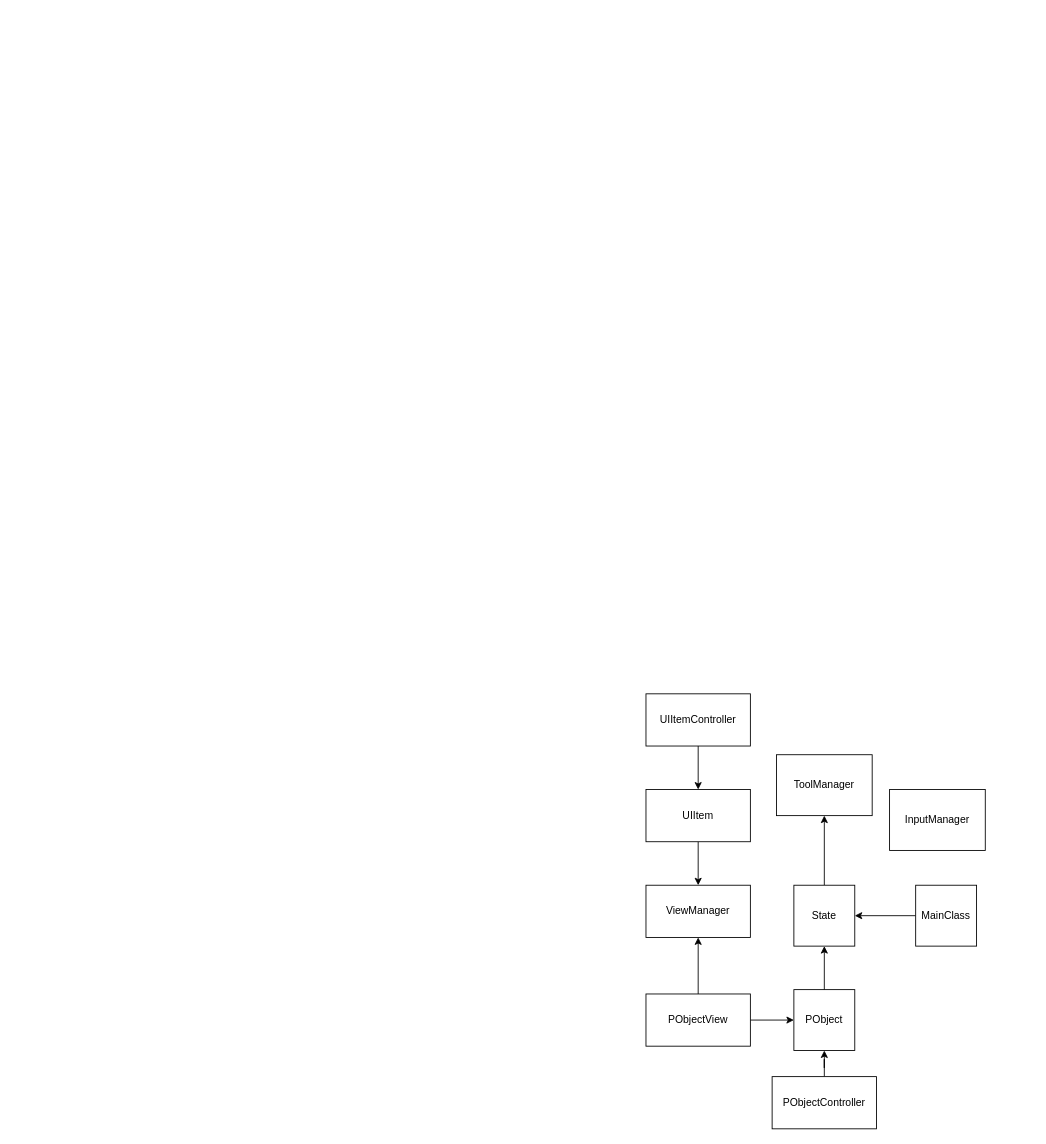
The draw.io diagram Untitled Diagram.drawio in gabrielsalvador/kines-thesia, before the edit. Source tidied: cells renumbered, new cells numbered last; positions are measured from the earlier drawing's top-left corner, leaving out a move shared by most shapes. Both pictures are drawn from the tidied source at 87%, with x=0, y=0 at pixel (646, 693).
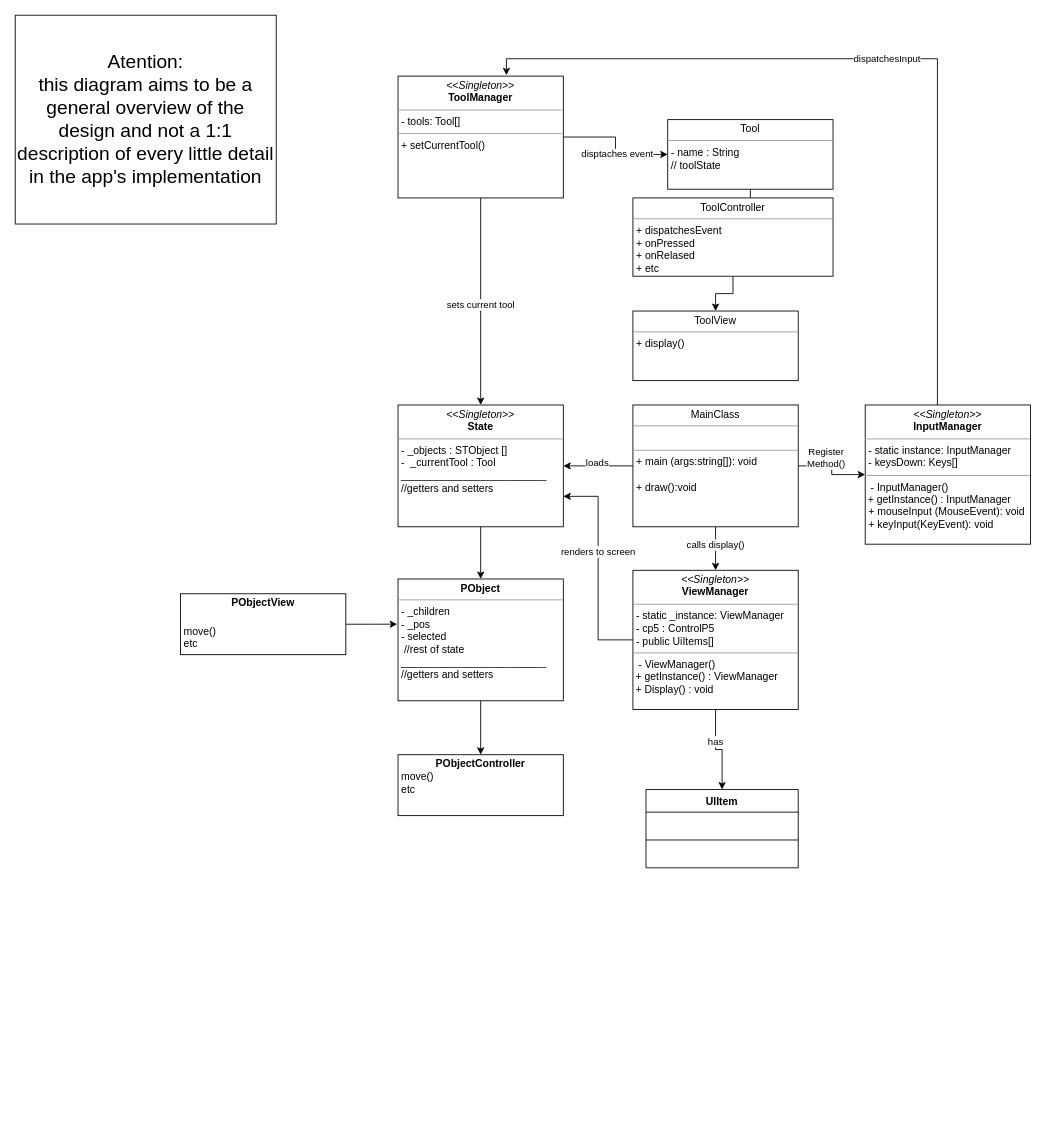
The same page after the edit.

Change to the diagram source:
```diff
@@
-    <mxCell id="2" style="edgeStyle=orthogonalEdgeStyle;rounded=0;jettySize=auto;html=1;" parent="1" edge="1" source="3" target="6">
-      <mxGeometry relative="1" as="geometry" />
-    </mxCell>
-    <mxCell id="3" value="MainClass" style="whiteSpace=wrap;html=1;" parent="1" vertex="1">
-      <mxGeometry x="310" y="220" width="70" height="70" as="geometry" />
-    </mxCell>
-    <mxCell id="4" value="ToolManager&lt;br&gt;" style="rounded=0;whiteSpace=wrap;html=1;" parent="1" vertex="1">
-      <mxGeometry x="150" y="70" width="110" height="70" as="geometry" />
-    </mxCell>
-    <mxCell id="5" style="edgeStyle=orthogonalEdgeStyle;rounded=0;jettySize=auto;html=1;" parent="1" edge="1" source="6" target="4">
-      <mxGeometry relative="1" as="geometry" />
-    </mxCell>
-    <mxCell id="6" value="State&lt;br&gt;" style="whiteSpace=wrap;html=1;" parent="1" vertex="1">
-      <mxGeometry x="170" y="220" width="70" height="70" as="geometry" />
-    </mxCell>
-    <mxCell id="7" value="PObject" style="whiteSpace=wrap;html=1;" parent="1" vertex="1">
-      <mxGeometry x="170" y="340" width="70" height="70" as="geometry" />
-    </mxCell>
-    <mxCell id="8" style="endArrow=classic;html=1;rounded=0;entryX=0.5;entryY=1;entryDx=0;entryDy=0;exitX=0.5;exitY=0;exitDx=0;exitDy=0;" parent="1" edge="1" source="7" target="6">
-      <mxGeometry relative="1" as="geometry" />
-    </mxCell>
-    <mxCell id="9" style="edgeStyle=orthogonalEdgeStyle;rounded=0;jettySize=auto;html=1;" parent="1" edge="1" source="10" target="7">
-      <mxGeometry relative="1" as="geometry" />
-    </mxCell>
-    <mxCell id="10" value="PObjectController" style="rounded=0;whiteSpace=wrap;html=1;" parent="1" vertex="1">
-      <mxGeometry x="145" y="440" width="120" height="60" as="geometry" />
-    </mxCell>
-    <mxCell id="11" style="edgeStyle=orthogonalEdgeStyle;rounded=0;jettySize=auto;html=1;" parent="1" edge="1" source="13" target="7">
-      <mxGeometry relative="1" as="geometry" />
-    </mxCell>
-    <mxCell id="12" style="edgeStyle=orthogonalEdgeStyle;rounded=0;jettySize=auto;html=1;" parent="1" edge="1" source="13" target="14">
-      <mxGeometry relative="1" as="geometry" />
-    </mxCell>
-    <mxCell id="13" value="PObjectView" style="rounded=0;whiteSpace=wrap;html=1;" parent="1" vertex="1">
-      <mxGeometry y="345" width="120" height="60" as="geometry" />
-    </mxCell>
-    <mxCell id="14" value="ViewManager" style="rounded=0;whiteSpace=wrap;html=1;" parent="1" vertex="1">
-      <mxGeometry y="220" width="120" height="60" as="geometry" />
-    </mxCell>
-    <mxCell id="15" style="edgeStyle=orthogonalEdgeStyle;rounded=0;jettySize=auto;html=1;entryX=0.5;entryY=0;entryDx=0;entryDy=0;" parent="1" edge="1" source="16" target="14">
-      <mxGeometry relative="1" as="geometry" />
-    </mxCell>
+    <mxCell id="20" value="dispatchesInput" style="edgeStyle=orthogonalEdgeStyle;rounded=0;jettySize=auto;html=1;entryX=0.656;entryY=-0.007;entryDx=0;entryDy=0;entryPerimeter=0;" parent="1" edge="1" source="21" target="40">
+      <mxGeometry relative="1" as="geometry">
+        <Array as="points">
+          <mxPoint x="335" y="-730" />
+          <mxPoint x="-160" y="-730" />
+        </Array>
+      </mxGeometry>
+    </mxCell>
+    <mxCell id="21" value="&lt;p style=&quot;margin:0px;margin-top:4px;text-align:center;&quot;&gt;&lt;i&gt;&amp;lt;&amp;lt;Singleton&amp;gt;&amp;gt;&lt;/i&gt;&lt;br&gt;&lt;b&gt;InputManager&lt;/b&gt;&lt;/p&gt;&lt;hr size=&quot;1&quot;&gt;&lt;p style=&quot;margin:0px;margin-left:4px;&quot;&gt;- static instance: InputManager&lt;br&gt;- keysDown: Keys[]&lt;/p&gt;&lt;hr size=&quot;1&quot;&gt;&amp;nbsp; - InputManager()&lt;br&gt;&amp;nbsp;+ getInstance() : InputManager&lt;br&gt;&lt;p style=&quot;margin:0px;margin-left:4px;&quot;&gt;+ mouseInput (MouseEvent): void&lt;br&gt;+ keyInput(KeyEvent): void&lt;/p&gt;" style="verticalAlign=top;align=left;overflow=fill;fontSize=12;fontFamily=Helvetica;html=1;whiteSpace=wrap;" parent="1" vertex="1">
+      <mxGeometry x="252" y="-332" width="190" height="160" as="geometry" />
+    </mxCell>
+    <mxCell id="22" style="edgeStyle=orthogonalEdgeStyle;rounded=0;jettySize=auto;html=1;" parent="1" edge="1" source="28" target="21">
+      <mxGeometry relative="1" as="geometry" />
+    </mxCell>
+    <mxCell id="23" value="Register&lt;br&gt;Method()" style="edgeLabel;html=1;align=center;verticalAlign=middle;" parent="22" vertex="1">
+      <mxGeometry x="0.28" y="2" relative="1" as="geometry">
+        <mxPoint x="-15" y="-18" as="offset" />
+      </mxGeometry>
+    </mxCell>
+    <mxCell id="24" style="edgeStyle=orthogonalEdgeStyle;rounded=0;jettySize=auto;html=1;" parent="1" edge="1" source="28" target="33">
+      <mxGeometry relative="1" as="geometry" />
+    </mxCell>
+    <mxCell id="25" value="calls display()" style="edgeLabel;html=1;align=center;verticalAlign=middle;" parent="24" vertex="1">
+      <mxGeometry x="-0.2" y="-1" relative="1" as="geometry" />
+    </mxCell>
+    <mxCell id="26" style="edgeStyle=orthogonalEdgeStyle;rounded=0;jettySize=auto;html=1;entryX=1;entryY=0.5;entryDx=0;entryDy=0;" parent="1" edge="1" source="28" target="36">
+      <mxGeometry relative="1" as="geometry" />
+    </mxCell>
+    <mxCell id="27" value="loads" style="edgeLabel;html=1;align=center;verticalAlign=middle;" parent="26" vertex="1">
+      <mxGeometry x="0.06" y="-4" relative="1" as="geometry" />
+    </mxCell>
+    <mxCell id="28" value="&lt;p style=&quot;margin:0px;margin-top:4px;text-align:center;&quot;&gt;MainClass&lt;/p&gt;&lt;hr size=&quot;1&quot;&gt;&lt;p style=&quot;margin:0px;margin-left:4px;&quot;&gt;&lt;br&gt;&lt;/p&gt;&lt;hr size=&quot;1&quot;&gt;&lt;p style=&quot;margin:0px;margin-left:4px;&quot;&gt;+ main (args:string[]): void&lt;br&gt;&lt;br&gt;&lt;/p&gt;&lt;p style=&quot;margin:0px;margin-left:4px;&quot;&gt;+ draw():void&lt;/p&gt;" style="verticalAlign=top;align=left;overflow=fill;fontSize=12;fontFamily=Helvetica;html=1;whiteSpace=wrap;" parent="1" vertex="1">
+      <mxGeometry x="-15" y="-332" width="190" height="140" as="geometry" />
+    </mxCell>
+    <mxCell id="29" style="edgeStyle=orthogonalEdgeStyle;rounded=0;jettySize=auto;html=1;" parent="1" edge="1" source="33" target="16">
+      <mxGeometry relative="1" as="geometry" />
+    </mxCell>
+    <mxCell id="30" value="has" style="edgeLabel;html=1;align=center;verticalAlign=middle;" parent="29" vertex="1">
+      <mxGeometry x="-0.27" y="-1" relative="1" as="geometry" />
+    </mxCell>
+    <mxCell id="31" style="edgeStyle=orthogonalEdgeStyle;rounded=0;jettySize=auto;html=1;entryX=1;entryY=0.75;entryDx=0;entryDy=0;" parent="1" edge="1" source="33" target="36">
+      <mxGeometry relative="1" as="geometry" />
+    </mxCell>
+    <mxCell id="32" value="renders to screen" style="edgeLabel;html=1;align=center;verticalAlign=middle;" parent="31" vertex="1">
+      <mxGeometry x="0.17" y="1" relative="1" as="geometry">
+        <mxPoint y="1" as="offset" />
+      </mxGeometry>
+    </mxCell>
+    <mxCell id="33" value="&lt;p style=&quot;margin:0px;margin-top:4px;text-align:center;&quot;&gt;&lt;i&gt;&amp;lt;&amp;lt;Singleton&amp;gt;&amp;gt;&lt;/i&gt;&lt;br&gt;&lt;b&gt;ViewManager&lt;/b&gt;&lt;/p&gt;&lt;hr size=&quot;1&quot;&gt;&lt;p style=&quot;margin:0px;margin-left:4px;&quot;&gt;- static _instance: ViewManager&lt;/p&gt;&lt;p style=&quot;margin:0px;margin-left:4px;&quot;&gt;- cp5 : ControlP5&amp;nbsp;&lt;br&gt;- public UiItems[]&lt;/p&gt;&lt;hr size=&quot;1&quot;&gt;&amp;nbsp; - ViewManager()&lt;br&gt;&amp;nbsp;+ getInstance() : ViewManager&lt;br&gt;&lt;span style=&quot;background-color: initial;&quot;&gt;&amp;nbsp;+ Display() : void&amp;nbsp;&lt;/span&gt;" style="verticalAlign=top;align=left;overflow=fill;fontSize=12;fontFamily=Helvetica;html=1;whiteSpace=wrap;" parent="1" vertex="1">
+      <mxGeometry x="-15" y="-142" width="190" height="160" as="geometry" />
+    </mxCell>
-    <mxCell id="16" value="UIItem" style="rounded=0;whiteSpace=wrap;html=1;" parent="1" vertex="1">
-      <mxGeometry y="110" width="120" height="60" as="geometry" />
+    <mxCell id="16" value="UIItem" style="swimlane;fontStyle=1;align=center;verticalAlign=top;horizontal=1;startSize=26;whiteSpace=wrap;html=1;" parent="1" vertex="1">
+      <mxGeometry y="110" width="175" height="90" as="geometry" />
     </mxCell>
-    <mxCell id="17" style="edgeStyle=orthogonalEdgeStyle;rounded=0;jettySize=auto;html=1;entryX=0.5;entryY=0;entryDx=0;entryDy=0;" parent="1" edge="1" source="18" target="16">
-      <mxGeometry relative="1" as="geometry" />
-    </mxCell>
-    <mxCell id="18" value="UIItemController" style="rounded=0;whiteSpace=wrap;html=1;" parent="1" vertex="1">
-      <mxGeometry width="120" height="60" as="geometry" />
-    </mxCell>
-    <mxCell id="19" value="InputManager" style="rounded=0;whiteSpace=wrap;html=1;" parent="1" vertex="1">
-      <mxGeometry x="280" y="110" width="110" height="70" as="geometry" />
-    </mxCell>
+    <mxCell id="34" style="line;strokeWidth=1;fillColor=none;align=left;verticalAlign=middle;spacingTop=-1;spacingLeft=3;spacingRight=3;labelPosition=right;strokeColor=inherit;" parent="16" vertex="1">
+      <mxGeometry y="26" width="175" height="64" as="geometry" />
+    </mxCell>
+    <mxCell id="35" style="edgeStyle=orthogonalEdgeStyle;rounded=0;jettySize=auto;html=1;" parent="1" edge="1" source="36" target="47">
+      <mxGeometry relative="1" as="geometry" />
+    </mxCell>
+    <mxCell id="36" value="&lt;p style=&quot;margin:0px;margin-top:4px;text-align:center;&quot;&gt;&lt;i&gt;&amp;lt;&amp;lt;Singleton&amp;gt;&amp;gt;&lt;/i&gt;&lt;br&gt;&lt;b&gt;State&lt;/b&gt;&lt;/p&gt;&lt;hr size=&quot;1&quot;&gt;&lt;p style=&quot;margin:0px;margin-left:4px;&quot;&gt;- _objects : ST&lt;span style=&quot;background-color: initial;&quot;&gt;Object []&lt;/span&gt;&lt;/p&gt;&lt;p style=&quot;margin:0px;margin-left:4px;&quot;&gt;&lt;/p&gt;&lt;p style=&quot;margin:0px;margin-left:4px;&quot;&gt;-&amp;nbsp; _currentTool : Tool&lt;/p&gt;&lt;p style=&quot;margin:0px;margin-left:4px;&quot;&gt;_________________________&lt;/p&gt;&lt;p style=&quot;margin:0px;margin-left:4px;&quot;&gt;//getters and setters&lt;/p&gt;" style="verticalAlign=top;align=left;overflow=fill;fontSize=12;fontFamily=Helvetica;html=1;whiteSpace=wrap;" parent="1" vertex="1">
+      <mxGeometry x="-285" y="-332" width="190" height="140" as="geometry" />
+    </mxCell>
+    <mxCell id="37" value="sets current tool&lt;br&gt;" style="edgeStyle=orthogonalEdgeStyle;rounded=0;jettySize=auto;html=1;" parent="1" edge="1" source="40" target="36">
+      <mxGeometry x="0.03" relative="1" as="geometry" />
+    </mxCell>
+    <mxCell id="38" style="edgeStyle=orthogonalEdgeStyle;rounded=0;jettySize=auto;html=1;entryX=0;entryY=0.5;entryDx=0;entryDy=0;" parent="1" edge="1" source="40" target="42">
+      <mxGeometry relative="1" as="geometry" />
+    </mxCell>
+    <mxCell id="39" value="disptaches event&lt;br&gt;" style="edgeLabel;html=1;align=center;verticalAlign=middle;" parent="38" vertex="1">
+      <mxGeometry x="0.15" y="1" relative="1" as="geometry" />
+    </mxCell>
+    <mxCell id="40" value="&lt;p style=&quot;margin:0px;margin-top:4px;text-align:center;&quot;&gt;&lt;i&gt;&amp;lt;&amp;lt;Singleton&amp;gt;&amp;gt;&lt;/i&gt;&lt;br&gt;&lt;b&gt;ToolManager&lt;/b&gt;&lt;/p&gt;&lt;hr size=&quot;1&quot;&gt;&lt;p style=&quot;margin:0px;margin-left:4px;&quot;&gt;- tools: Tool[]&lt;br&gt;&lt;/p&gt;&lt;hr size=&quot;1&quot;&gt;&lt;p style=&quot;margin:0px;margin-left:4px;&quot;&gt;+ setCurrentTool()&lt;br&gt;&lt;/p&gt;&lt;p style=&quot;margin:0px;margin-left:4px;&quot;&gt;&lt;br&gt;&lt;/p&gt;" style="verticalAlign=top;align=left;overflow=fill;fontSize=12;fontFamily=Helvetica;html=1;whiteSpace=wrap;" parent="1" vertex="1">
+      <mxGeometry x="-285" y="-710" width="190" height="140" as="geometry" />
+    </mxCell>
+    <mxCell id="41" style="edgeStyle=orthogonalEdgeStyle;rounded=0;jettySize=auto;html=1;" parent="1" edge="1" source="42" target="44">
+      <mxGeometry relative="1" as="geometry" />
+    </mxCell>
+    <mxCell id="42" value="&lt;p style=&quot;margin:0px;margin-top:4px;text-align:center;&quot;&gt;Tool&lt;/p&gt;&lt;hr size=&quot;1&quot;&gt;&lt;p style=&quot;margin:0px;margin-left:4px;&quot;&gt;- name : String&lt;/p&gt;&lt;p style=&quot;margin:0px;margin-left:4px;&quot;&gt;// toolState&lt;/p&gt;&lt;p style=&quot;margin:0px;margin-left:4px;&quot;&gt;&lt;br&gt;&lt;/p&gt;" style="verticalAlign=top;align=left;overflow=fill;fontSize=12;fontFamily=Helvetica;html=1;whiteSpace=wrap;" parent="1" vertex="1">
+      <mxGeometry x="25" y="-660" width="190" height="80" as="geometry" />
+    </mxCell>
+    <mxCell id="43" style="edgeStyle=orthogonalEdgeStyle;rounded=0;jettySize=auto;html=1;" parent="1" edge="1" source="44" target="45">
+      <mxGeometry relative="1" as="geometry" />
+    </mxCell>
+    <mxCell id="44" value="&lt;p style=&quot;margin:0px;margin-top:4px;text-align:center;&quot;&gt;ToolController&lt;/p&gt;&lt;hr size=&quot;1&quot;&gt;&lt;p style=&quot;margin:0px;margin-left:4px;&quot;&gt;+ dispatchesEvent&lt;/p&gt;&lt;p style=&quot;margin:0px;margin-left:4px;&quot;&gt;+ onPressed&lt;/p&gt;&lt;p style=&quot;margin:0px;margin-left:4px;&quot;&gt;+ onRelased&lt;/p&gt;&lt;p style=&quot;margin:0px;margin-left:4px;&quot;&gt;+ etc&lt;/p&gt;" style="verticalAlign=top;align=left;overflow=fill;fontSize=12;fontFamily=Helvetica;html=1;whiteSpace=wrap;" parent="1" vertex="1">
+      <mxGeometry x="-15" y="-570" width="230" height="90" as="geometry" />
+    </mxCell>
+    <mxCell id="45" value="&lt;p style=&quot;margin:0px;margin-top:4px;text-align:center;&quot;&gt;ToolView&lt;/p&gt;&lt;hr size=&quot;1&quot;&gt;&lt;p style=&quot;margin:0px;margin-left:4px;&quot;&gt;+ display()&lt;/p&gt;" style="verticalAlign=top;align=left;overflow=fill;fontSize=12;fontFamily=Helvetica;html=1;whiteSpace=wrap;" parent="1" vertex="1">
+      <mxGeometry x="-15" y="-440" width="190" height="80" as="geometry" />
+    </mxCell>
+    <mxCell id="46" style="edgeStyle=orthogonalEdgeStyle;rounded=0;jettySize=auto;html=1;" parent="1" edge="1" source="47" target="48">
+      <mxGeometry relative="1" as="geometry" />
+    </mxCell>
+    <mxCell id="47" value="&lt;p style=&quot;margin:0px;margin-top:4px;text-align:center;&quot;&gt;&lt;b&gt;PObject&lt;/b&gt;&lt;/p&gt;&lt;hr size=&quot;1&quot;&gt;&lt;p style=&quot;margin:0px;margin-left:4px;&quot;&gt;- _children&lt;/p&gt;&lt;p style=&quot;margin:0px;margin-left:4px;&quot;&gt;&lt;/p&gt;&lt;p style=&quot;margin:0px;margin-left:4px;&quot;&gt;- _pos&lt;/p&gt;&lt;p style=&quot;margin:0px;margin-left:4px;&quot;&gt;- selected&lt;/p&gt;&lt;p style=&quot;margin:0px;margin-left:4px;&quot;&gt;&amp;nbsp;//rest of state&lt;/p&gt;&lt;p style=&quot;margin:0px;margin-left:4px;&quot;&gt;_________________________&lt;/p&gt;&lt;p style=&quot;margin:0px;margin-left:4px;&quot;&gt;//getters and setters&lt;/p&gt;" style="verticalAlign=top;align=left;overflow=fill;fontSize=12;fontFamily=Helvetica;html=1;whiteSpace=wrap;" parent="1" vertex="1">
+      <mxGeometry x="-285" y="-132" width="190" height="140" as="geometry" />
+    </mxCell>
+    <mxCell id="48" value="&lt;p style=&quot;margin:0px;margin-top:4px;text-align:center;&quot;&gt;&lt;b&gt;PObjectController&lt;/b&gt;&lt;/p&gt;&lt;p style=&quot;margin:0px;margin-left:4px;&quot;&gt;move()&lt;/p&gt;&lt;p style=&quot;margin:0px;margin-left:4px;&quot;&gt;etc&lt;/p&gt;" style="verticalAlign=top;align=left;overflow=fill;fontSize=12;fontFamily=Helvetica;html=1;whiteSpace=wrap;" parent="1" vertex="1">
+      <mxGeometry x="-285" y="70" width="190" height="70" as="geometry" />
+    </mxCell>
+    <mxCell id="49" style="edgeStyle=orthogonalEdgeStyle;rounded=0;jettySize=auto;html=1;entryX=-0.005;entryY=0.371;entryDx=0;entryDy=0;entryPerimeter=0;" parent="1" edge="1" source="50" target="47">
+      <mxGeometry relative="1" as="geometry" />
+    </mxCell>
+    <mxCell id="50" value="&lt;p style=&quot;margin:0px;margin-top:4px;text-align:center;&quot;&gt;&lt;b&gt;PObjectView&lt;/b&gt;&lt;/p&gt;&lt;p style=&quot;margin:0px;margin-top:4px;text-align:center;&quot;&gt;&lt;b&gt;&lt;br&gt;&lt;/b&gt;&lt;/p&gt;&lt;p style=&quot;margin:0px;margin-left:4px;&quot;&gt;move()&lt;/p&gt;&lt;p style=&quot;margin:0px;margin-left:4px;&quot;&gt;etc&lt;/p&gt;" style="verticalAlign=top;align=left;overflow=fill;fontSize=12;fontFamily=Helvetica;html=1;whiteSpace=wrap;" parent="1" vertex="1">
+      <mxGeometry x="-535" y="-115" width="190" height="70" as="geometry" />
+    </mxCell>
+    <mxCell id="51" value="&lt;font style=&quot;font-size: 22px;&quot;&gt;Atention:&lt;br&gt;this diagram aims to be a general overview of the design and not a 1:1 description of every little detail in the app's implementation&lt;/font&gt;" style="html=1;whiteSpace=wrap;" parent="1" vertex="1">
+      <mxGeometry x="-725" y="-780" width="300" height="240" as="geometry" />
+    </mxCell>
```
